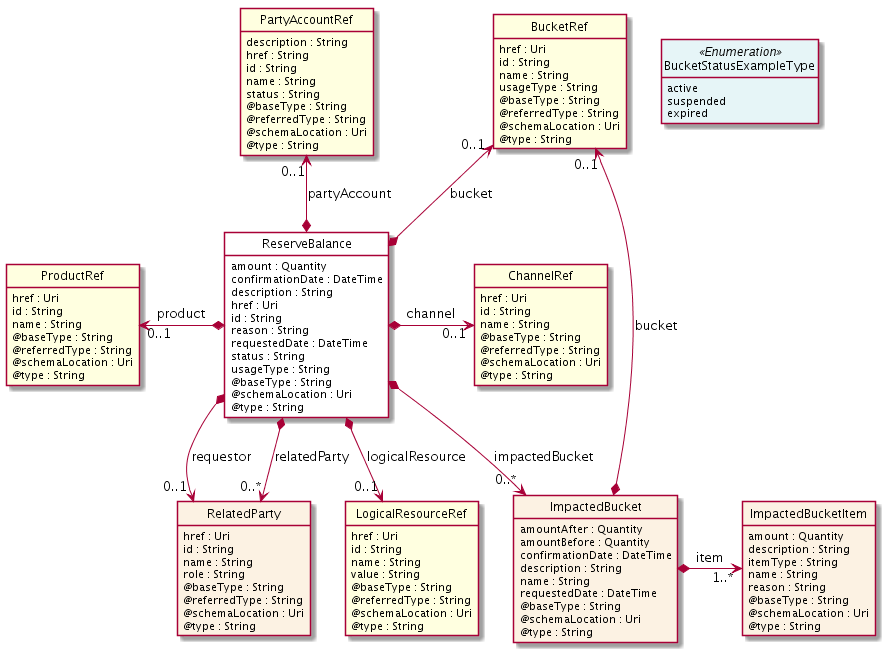
Earlier version of the PlantUML export apis/TMF654_PrepayBalance/documentation/diagrams/Resource_ReserveBalance.png (tmforum-apis/Open_Api_And_Data_Model).
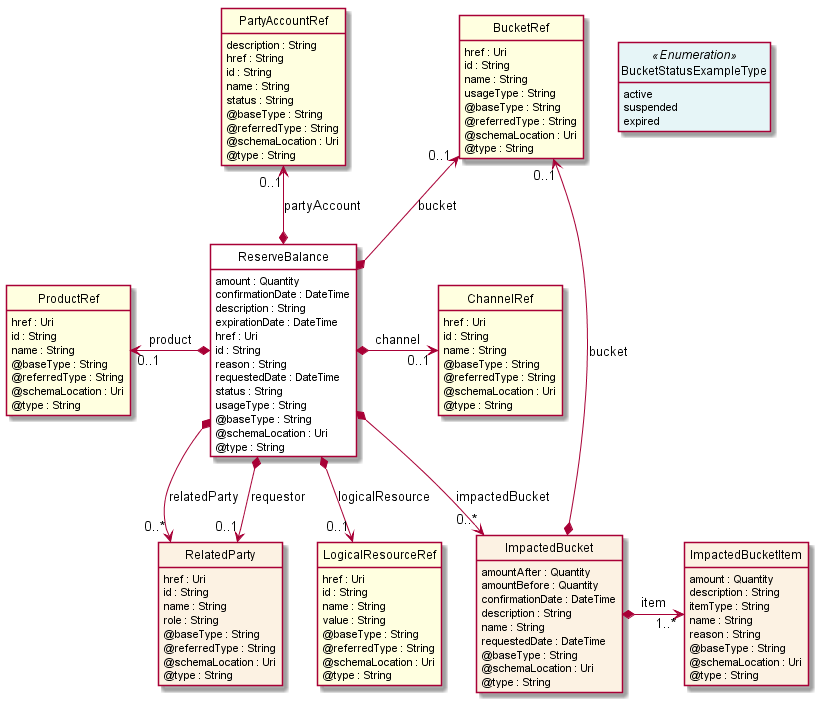
The same file after the commit.

Diff of the diagram source:
```diff
@@ -14,6 +14,7 @@
     amount : Quantity
     confirmationDate : DateTime
     description : String
+    expirationDate : DateTime
     href : Uri
     id : String
     reason : String
@@ -137,9 +138,9 @@
 
 LogicalResourceRef -right[hidden]-> ImpactedBucket
 
+ReserveBalance *-->  "0..*" RelatedParty : relatedParty
+
 ReserveBalance *-->  "0..1" RelatedParty : requestor
-
-ReserveBalance *-->  "0..*" RelatedParty : relatedParty
 
 RelatedParty -right[hidden]-> LogicalResourceRef
 
```
